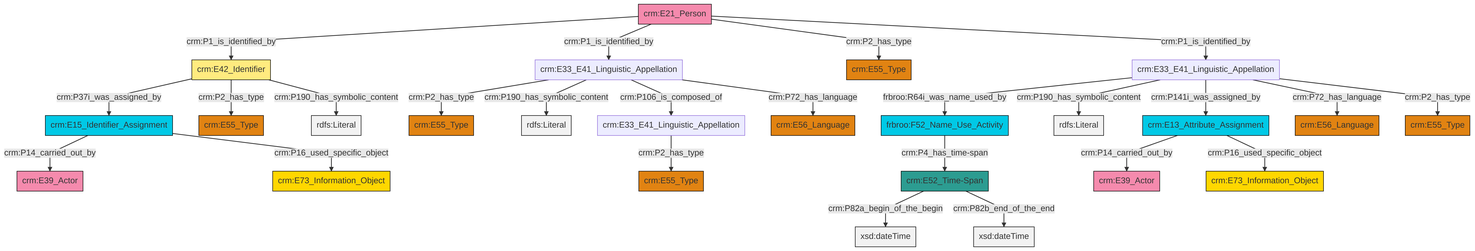
Before: et/personCSV/ttl/mmd/png/Person_Names_and_Classification.png, a diagram exported from Mermaid (swiss-art-research-net/reference-data-models). Its source is kept beside it as et/personCSV/ttl/mmd/Person_Names_and_Classification.ttl.mmd.
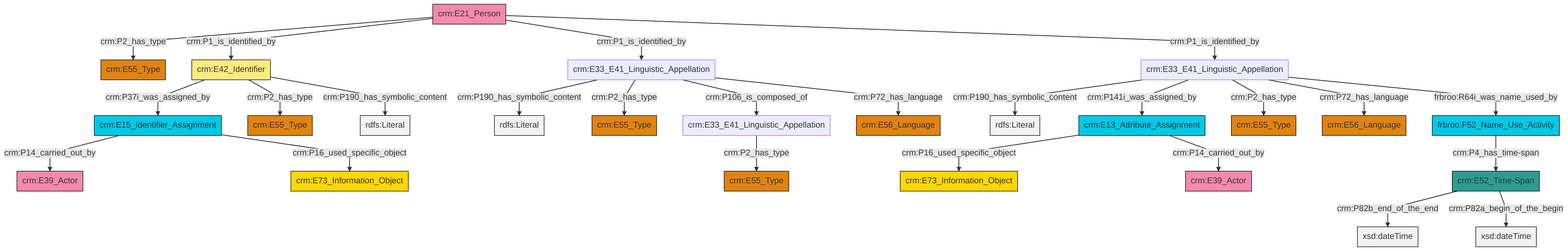
After the change.

Diff of the diagram source:
```diff
@@ -13,27 +13,27 @@
 classDef PC_Classes fill:#4ce600, stroke:#000000;
 classDef Multi fill:#cccccc,stroke:#000000;
 
-2["crm:E21_Person"]:::Actor -->|crm:P1_is_identified_by| 3["crm:E42_Identifier"]:::Appellation
-10["crm:E15_Identifier_Assignment"]:::Temporal_Entity -->|crm:P14_carried_out_by| 11["crm:E39_Actor"]:::Actor
-12["crm:E33_E41_Linguistic_Appellation"]:::Default -->|crm:P2_has_type| 4["crm:E55_Type"]:::Type
-0["crm:E33_E41_Linguistic_Appellation"]:::Default -->|frbroo:R64i_was_name_used_by| 13["frbroo:F52_Name_Use_Activity"]:::Temporal_Entity
-16["crm:E52_Time-Span"]:::Time-Span -->|crm:P82a_begin_of_the_begin| 17[xsd:dateTime]:::Literal
-0["crm:E33_E41_Linguistic_Appellation"]:::Default -->|crm:P190_has_symbolic_content| 18[rdfs:Literal]:::Literal
-6["crm:E13_Attribute_Assignment"]:::Temporal_Entity -->|crm:P14_carried_out_by| 21["crm:E39_Actor"]:::Actor
-10["crm:E15_Identifier_Assignment"]:::Temporal_Entity -->|crm:P16_used_specific_object| 22["crm:E73_Information_Object"]:::Conceptual_Object
-6["crm:E13_Attribute_Assignment"]:::Temporal_Entity -->|crm:P16_used_specific_object| 8["crm:E73_Information_Object"]:::Conceptual_Object
-3["crm:E42_Identifier"]:::Appellation -->|crm:P37i_was_assigned_by| 10["crm:E15_Identifier_Assignment"]:::Temporal_Entity
-0["crm:E33_E41_Linguistic_Appellation"]:::Default -->|crm:P141i_was_assigned_by| 6["crm:E13_Attribute_Assignment"]:::Temporal_Entity
-0["crm:E33_E41_Linguistic_Appellation"]:::Default -->|crm:P72_has_language| 29["crm:E56_Language"]:::Type
-0["crm:E33_E41_Linguistic_Appellation"]:::Default -->|crm:P2_has_type| 26["crm:E55_Type"]:::Type
-3["crm:E42_Identifier"]:::Appellation -->|crm:P2_has_type| 14["crm:E55_Type"]:::Type
-12["crm:E33_E41_Linguistic_Appellation"]:::Default -->|crm:P190_has_symbolic_content| 35[rdfs:Literal]:::Literal
-12["crm:E33_E41_Linguistic_Appellation"]:::Default -->|crm:P106_is_composed_of| 19["crm:E33_E41_Linguistic_Appellation"]:::Default
-19["crm:E33_E41_Linguistic_Appellation"]:::Default -->|crm:P2_has_type| 37["crm:E55_Type"]:::Type
-2["crm:E21_Person"]:::Actor -->|crm:P1_is_identified_by| 12["crm:E33_E41_Linguistic_Appellation"]:::Default
-13["frbroo:F52_Name_Use_Activity"]:::Temporal_Entity -->|crm:P4_has_time-span| 16["crm:E52_Time-Span"]:::Time-Span
-2["crm:E21_Person"]:::Actor -->|crm:P2_has_type| 38["crm:E55_Type"]:::Type
-12["crm:E33_E41_Linguistic_Appellation"]:::Default -->|crm:P72_has_language| 33["crm:E56_Language"]:::Type
-2["crm:E21_Person"]:::Actor -->|crm:P1_is_identified_by| 0["crm:E33_E41_Linguistic_Appellation"]:::Default
-16["crm:E52_Time-Span"]:::Time-Span -->|crm:P82b_end_of_the_end| 39[xsd:dateTime]:::Literal
-3["crm:E42_Identifier"]:::Appellation -->|crm:P190_has_symbolic_content| 43[rdfs:Literal]:::Literal
+2["frbroo:F52_Name_Use_Activity"]:::Temporal_Entity -->|crm:P4_has_time-span| 3["crm:E52_Time-Span"]:::Time-Span
+6["crm:E13_Attribute_Assignment"]:::Temporal_Entity -->|crm:P16_used_specific_object| 4["crm:E73_Information_Object"]:::Conceptual_Object
+7["crm:E33_E41_Linguistic_Appellation"]:::Default -->|crm:P2_has_type| 8["crm:E55_Type"]:::Type
+13["crm:E33_E41_Linguistic_Appellation"]:::Default -->|crm:P190_has_symbolic_content| 17[rdfs:Literal]:::Literal
+18["crm:E33_E41_Linguistic_Appellation"]:::Default -->|crm:P190_has_symbolic_content| 19[rdfs:Literal]:::Literal
+20["crm:E21_Person"]:::Actor -->|crm:P2_has_type| 21["crm:E55_Type"]:::Type
+23["crm:E15_Identifier_Assignment"]:::Temporal_Entity -->|crm:P14_carried_out_by| 24["crm:E39_Actor"]:::Actor
+20["crm:E21_Person"]:::Actor -->|crm:P1_is_identified_by| 0["crm:E42_Identifier"]:::Appellation
+0["crm:E42_Identifier"]:::Appellation -->|crm:P37i_was_assigned_by| 23["crm:E15_Identifier_Assignment"]:::Temporal_Entity
+6["crm:E13_Attribute_Assignment"]:::Temporal_Entity -->|crm:P14_carried_out_by| 9["crm:E39_Actor"]:::Actor
+20["crm:E21_Person"]:::Actor -->|crm:P1_is_identified_by| 18["crm:E33_E41_Linguistic_Appellation"]:::Default
+0["crm:E42_Identifier"]:::Appellation -->|crm:P2_has_type| 28["crm:E55_Type"]:::Type
+13["crm:E33_E41_Linguistic_Appellation"]:::Default -->|crm:P141i_was_assigned_by| 6["crm:E13_Attribute_Assignment"]:::Temporal_Entity
+13["crm:E33_E41_Linguistic_Appellation"]:::Default -->|crm:P2_has_type| 31["crm:E55_Type"]:::Type
+18["crm:E33_E41_Linguistic_Appellation"]:::Default -->|crm:P2_has_type| 15["crm:E55_Type"]:::Type
+13["crm:E33_E41_Linguistic_Appellation"]:::Default -->|crm:P72_has_language| 29["crm:E56_Language"]:::Type
+13["crm:E33_E41_Linguistic_Appellation"]:::Default -->|frbroo:R64i_was_name_used_by| 2["frbroo:F52_Name_Use_Activity"]:::Temporal_Entity
+18["crm:E33_E41_Linguistic_Appellation"]:::Default -->|crm:P106_is_composed_of| 7["crm:E33_E41_Linguistic_Appellation"]:::Default
+20["crm:E21_Person"]:::Actor -->|crm:P1_is_identified_by| 13["crm:E33_E41_Linguistic_Appellation"]:::Default
+18["crm:E33_E41_Linguistic_Appellation"]:::Default -->|crm:P72_has_language| 40["crm:E56_Language"]:::Type
+3["crm:E52_Time-Span"]:::Time-Span -->|crm:P82b_end_of_the_end| 42[xsd:dateTime]:::Literal
+3["crm:E52_Time-Span"]:::Time-Span -->|crm:P82a_begin_of_the_begin| 43[xsd:dateTime]:::Literal
+0["crm:E42_Identifier"]:::Appellation -->|crm:P190_has_symbolic_content| 45[rdfs:Literal]:::Literal
+23["crm:E15_Identifier_Assignment"]:::Temporal_Entity -->|crm:P16_used_specific_object| 11["crm:E73_Information_Object"]:::Conceptual_Object
```
